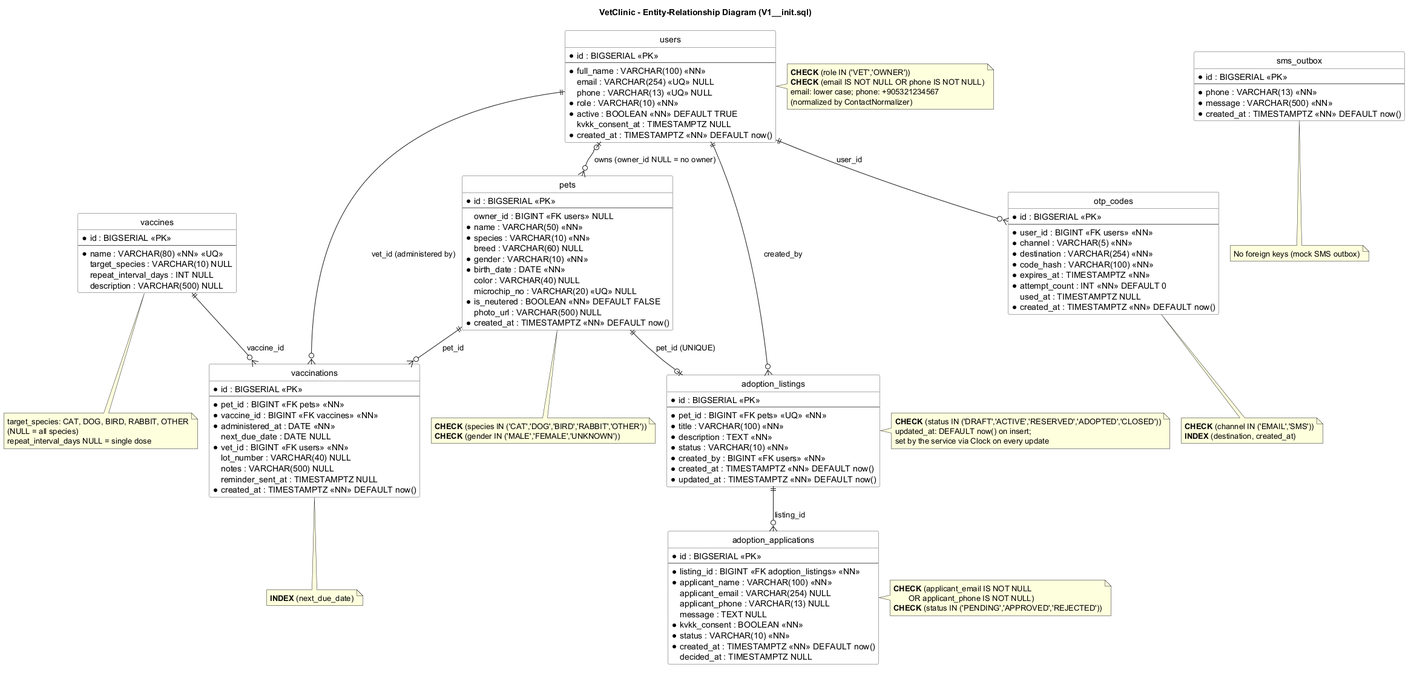
The PlantUML diagram docs/uml/png/er.png in yusufBahadirAvci/Vet_Clinic_Project, before a commit.
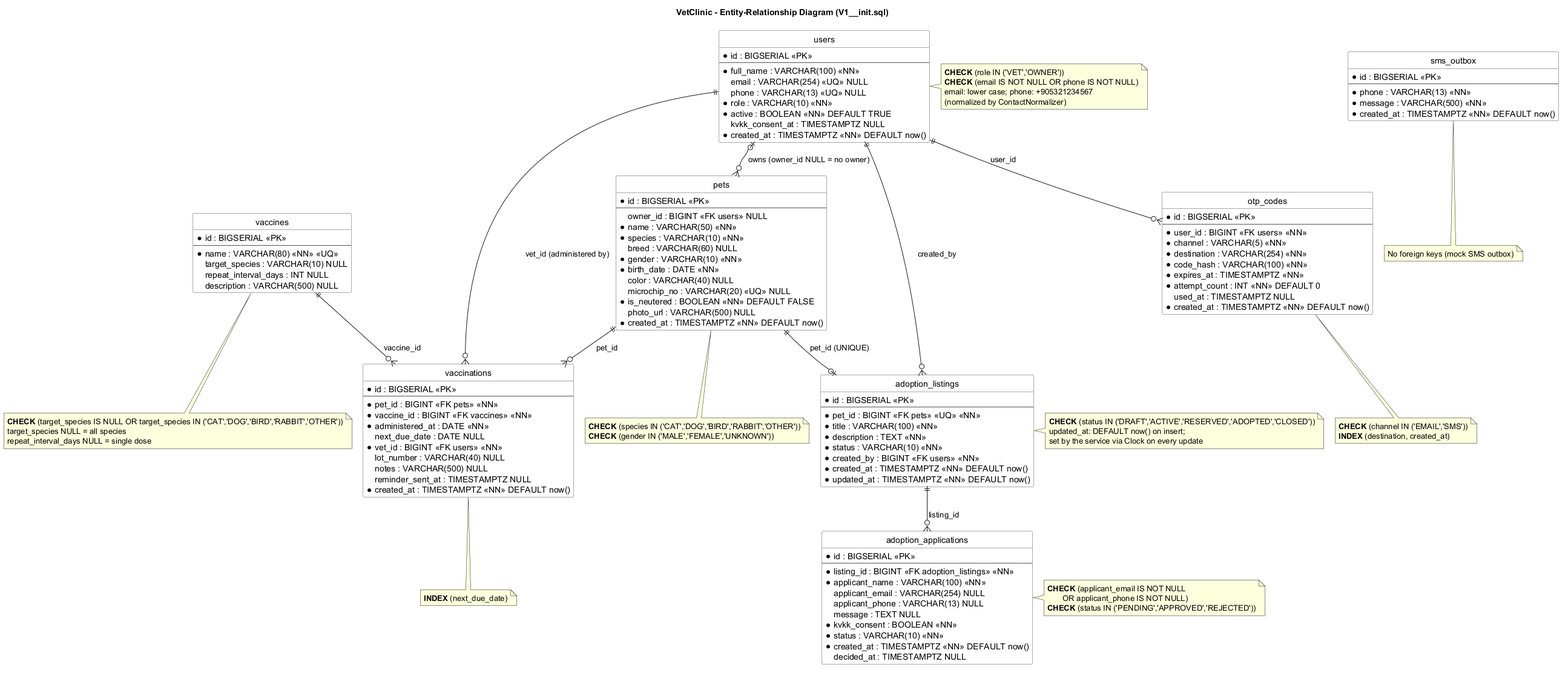
Later version of the same file.

Commit message:
docs: add CHECK constraint for vaccines.target_species

- er.puml: target_species IS NULL OR target_species IN
  ('CAT','DOG','BIRD','RABBIT','OTHER')
- decisions.md: record 9 lists vaccines.target_species
- Re-rendered er.png

Change to the diagram source:
```diff
@@ -136,8 +136,8 @@
 end note
 
 note bottom of vaccines
-  target_species: CAT, DOG, BIRD, RABBIT, OTHER
-  (NULL = all species)
+  **CHECK** (target_species IS NULL OR target_species IN ('CAT','DOG','BIRD','RABBIT','OTHER'))
+  target_species NULL = all species
   repeat_interval_days NULL = single dose
 end note
 
```
